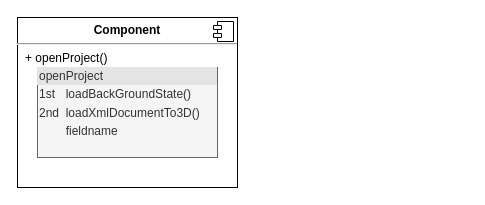
The draw.io diagram Untitled Diagram.drawio in Toyimo/Jackstin-Cookbook, before the edit. Source tidied: cells renumbered, new cells numbered last; positions are measured from the earlier drawing's top-left corner, leaving out a move shared by most shapes. Both pictures are drawn from the tidied source at 100%, with x=0, y=0 at pixel (17, 17).
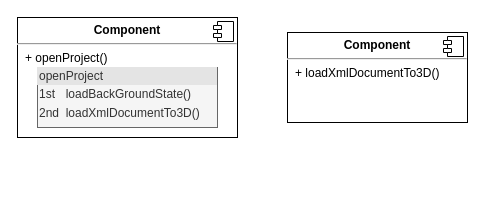
The same diagram, later.

The edit, as a diff of the source:
```diff
@@
 <mxGraphModel>
   <root>
     <mxCell id="0" />
     <mxCell id="1" parent="0" />
     <mxCell id="2" value="&lt;p style=&quot;margin: 0px ; margin-top: 6px ; text-align: center&quot;&gt;&lt;b&gt;Component&lt;/b&gt;&lt;/p&gt;&lt;hr&gt;&lt;p style=&quot;margin: 0px ; margin-left: 8px&quot;&gt;+&amp;nbsp;openProject()&lt;br&gt;&lt;br&gt;&lt;/p&gt;" style="align=left;overflow=fill;html=1;" parent="1" vertex="1">
-      <mxGeometry width="220" height="170" as="geometry" />
+      <mxGeometry width="220" height="120" as="geometry" />
     </mxCell>
     <mxCell id="3" style="shape=component;jettyWidth=8;jettyHeight=4;" parent="2" vertex="1">
       <mxGeometry x="1" width="20" height="20" relative="1" as="geometry">
         <mxPoint x="-24" y="4" as="offset" />
       </mxGeometry>
     </mxCell>
-    <mxCell id="4" value="&lt;div style=&quot;box-sizing: border-box ; width: 100% ; background: #e4e4e4 ; padding: 2px&quot;&gt;openProject&lt;/div&gt;&lt;table style=&quot;width: 100% ; font-size: 1em&quot; cellpadding=&quot;2&quot; cellspacing=&quot;0&quot;&gt;&lt;tbody&gt;&lt;tr&gt;&lt;td&gt;1st&lt;/td&gt;&lt;td&gt;loadBackGroundState()&lt;/td&gt;&lt;/tr&gt;&lt;tr&gt;&lt;td&gt;2nd&lt;/td&gt;&lt;td&gt;loadXmlDocumentTo3D()&lt;/td&gt;&lt;/tr&gt;&lt;tr&gt;&lt;td&gt;&lt;/td&gt;&lt;td&gt;fieldname&lt;/td&gt;&lt;/tr&gt;&lt;/tbody&gt;&lt;/table&gt;" style="verticalAlign=top;align=left;overflow=fill;html=1;fillColor=#f5f5f5;strokeColor=#666666;fontColor=#333333;" parent="1" vertex="1">
-      <mxGeometry x="20" y="50" width="180" height="90" as="geometry" />
+    <mxCell id="4" value="&lt;div style=&quot;box-sizing: border-box ; width: 100% ; background: #e4e4e4 ; padding: 2px&quot;&gt;openProject&lt;/div&gt;&lt;table style=&quot;width: 100% ; font-size: 1em&quot; cellpadding=&quot;2&quot; cellspacing=&quot;0&quot;&gt;&lt;tbody&gt;&lt;tr&gt;&lt;td&gt;1st&lt;/td&gt;&lt;td&gt;loadBackGroundState()&lt;/td&gt;&lt;/tr&gt;&lt;tr&gt;&lt;td&gt;2nd&lt;/td&gt;&lt;td&gt;loadXmlDocumentTo3D()&lt;/td&gt;&lt;/tr&gt;&lt;tr&gt;&lt;td&gt;&lt;/td&gt;&lt;td&gt;&lt;br&gt;&lt;/td&gt;&lt;/tr&gt;&lt;/tbody&gt;&lt;/table&gt;" style="verticalAlign=top;align=left;overflow=fill;html=1;fillColor=#f5f5f5;strokeColor=#666666;fontColor=#333333;" parent="1" vertex="1">
+      <mxGeometry x="20" y="50" width="180" height="60" as="geometry" />
     </mxCell>
+    <mxCell id="5" value="&lt;p style=&quot;margin: 0px ; margin-top: 6px ; text-align: center&quot;&gt;&lt;b&gt;Component&lt;/b&gt;&lt;/p&gt;&lt;hr&gt;&lt;p style=&quot;margin: 0px ; margin-left: 8px&quot;&gt;+ loadXmlDocumentTo3D()&lt;br&gt;&lt;/p&gt;" style="align=left;overflow=fill;html=1;" parent="1" vertex="1">
+      <mxGeometry x="270" y="15" width="180" height="90" as="geometry" />
+    </mxCell>
+    <mxCell id="6" style="shape=component;jettyWidth=8;jettyHeight=4;" parent="5" vertex="1">
+      <mxGeometry x="1" width="20" height="20" relative="1" as="geometry">
+        <mxPoint x="-24" y="4" as="offset" />
+      </mxGeometry>
+    </mxCell>
   </root>
 </mxGraphModel>
```
